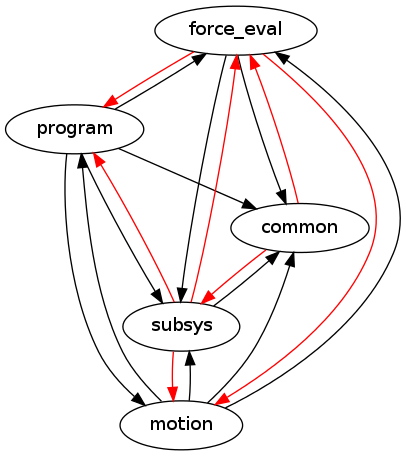
Before: cp2k_overview.png, a diagram exported from Graphviz (oschuett/cp2k_pkgs). Its source is kept beside it as cp2k_overview.dot. The source it was exported from:
```dot
digraph cp2k {
force_eval -> program [color=red];
subsys -> motion [color=red];
motion -> subsys [color=black];
program -> force_eval [color=black];
common -> force_eval [color=red];
force_eval -> common [color=black];
program -> motion [color=black];
subsys -> force_eval [color=red];
motion -> force_eval [color=black];
force_eval -> subsys [color=black];
common -> subsys [color=red];
program -> subsys [color=black];
motion -> common [color=black];
motion -> program [color=black];
subsys -> common [color=black];
subsys -> program [color=red];
force_eval -> motion [color=red];
program -> common [color=black];
}
```
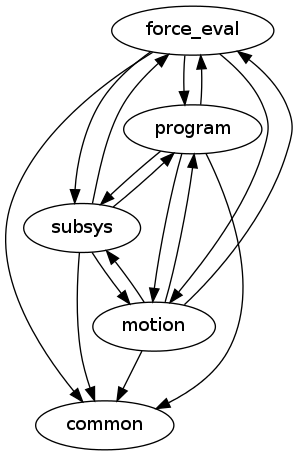
The same diagram one commit later.

Commit message:
separated common package

The edit, as a diff of the source:
```diff
@@ -1,20 +1,18 @@
 digraph cp2k {
-force_eval -> program [color=red];
-subsys -> motion [color=red];
+force_eval -> program [color=black];
+subsys -> motion [color=black];
 motion -> subsys [color=black];
 program -> force_eval [color=black];
-common -> force_eval [color=red];
 force_eval -> common [color=black];
 program -> motion [color=black];
-subsys -> force_eval [color=red];
+subsys -> force_eval [color=black];
 motion -> force_eval [color=black];
 force_eval -> subsys [color=black];
-common -> subsys [color=red];
 program -> subsys [color=black];
 motion -> common [color=black];
 motion -> program [color=black];
 subsys -> common [color=black];
-subsys -> program [color=red];
-force_eval -> motion [color=red];
+subsys -> program [color=black];
+force_eval -> motion [color=black];
 program -> common [color=black];
 }
```
